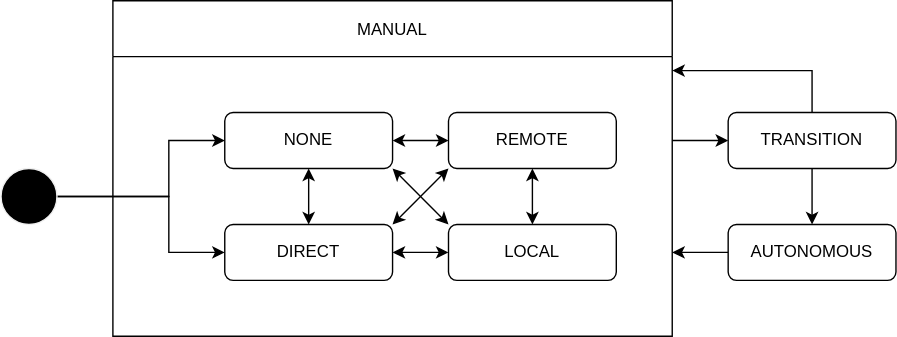
Earlier version of the draw.io export pr-7/design/autoware-interfaces/ad-api/features/operation-mode.drawio.svg (tier4/autoware-documentation). Source tidied: cells renumbered, new cells last; positions are measured from the earlier drawing's top-left corner, leaving out a move shared by most shapes.
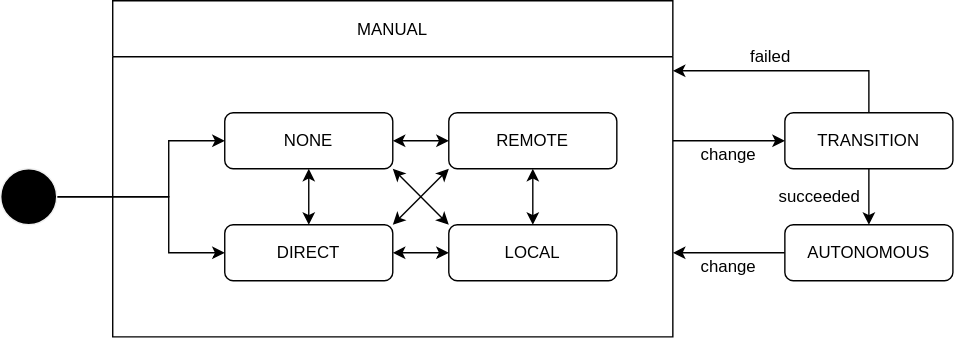
The same file after the commit.

The edit, as a diff of the source:
```diff
@@ -61,19 +61,18 @@
       <mxGeometry relative="1" as="geometry">
         <mxPoint x="480" y="50" as="targetPoint" />
         <Array as="points">
-          <mxPoint x="580" y="50" />
-          <mxPoint x="480" y="50" />
+          <mxPoint x="620" y="50" />
         </Array>
       </mxGeometry>
     </mxCell>
     <mxCell id="16" value="TRANSITION" style="rounded=1;whiteSpace=wrap;html=1;" parent="1" vertex="1">
-      <mxGeometry x="520" y="80" width="120" height="40" as="geometry" />
+      <mxGeometry x="560" y="80" width="120" height="40" as="geometry" />
     </mxCell>
     <mxCell id="17" style="edgeStyle=orthogonalEdgeStyle;rounded=0;html=1;entryX=1;entryY=0.75;entryDx=0;entryDy=0;" parent="1" edge="1" source="18" target="21">
       <mxGeometry relative="1" as="geometry" />
     </mxCell>
     <mxCell id="18" value="AUTONOMOUS" style="rounded=1;whiteSpace=wrap;html=1;" parent="1" vertex="1">
-      <mxGeometry x="520" y="160" width="120" height="40" as="geometry" />
+      <mxGeometry x="560" y="160" width="120" height="40" as="geometry" />
     </mxCell>
     <mxCell id="19" value="DIRECT" style="rounded=1;whiteSpace=wrap;html=1;" parent="1" vertex="1">
       <mxGeometry x="160" y="160" width="120" height="40" as="geometry" />
@@ -89,5 +88,17 @@
     <mxCell id="21" value="MANUAL" style="swimlane;startSize=40;fontStyle=0;" parent="1" vertex="1">
       <mxGeometry x="80" width="400" height="240" as="geometry" />
     </mxCell>
+    <mxCell id="22" value="change" style="text;html=1;strokeColor=none;fillColor=none;align=center;verticalAlign=middle;whiteSpace=wrap;rounded=0;" parent="1" vertex="1">
+      <mxGeometry x="480" y="100" width="80" height="20" as="geometry" />
+    </mxCell>
+    <mxCell id="23" value="change" style="text;html=1;strokeColor=none;fillColor=none;align=center;verticalAlign=middle;whiteSpace=wrap;rounded=0;" parent="1" vertex="1">
+      <mxGeometry x="480" y="180" width="80" height="20" as="geometry" />
+    </mxCell>
+    <mxCell id="24" value="succeeded" style="text;html=1;strokeColor=none;fillColor=none;align=center;verticalAlign=middle;whiteSpace=wrap;rounded=0;" parent="1" vertex="1">
+      <mxGeometry x="550" y="130" width="70" height="20" as="geometry" />
+    </mxCell>
+    <mxCell id="25" value="failed" style="text;html=1;strokeColor=none;fillColor=none;align=center;verticalAlign=middle;whiteSpace=wrap;rounded=0;" parent="1" vertex="1">
+      <mxGeometry x="520" y="30" width="60" height="20" as="geometry" />
+    </mxCell>
   </root>
 </mxGraphModel>
```
